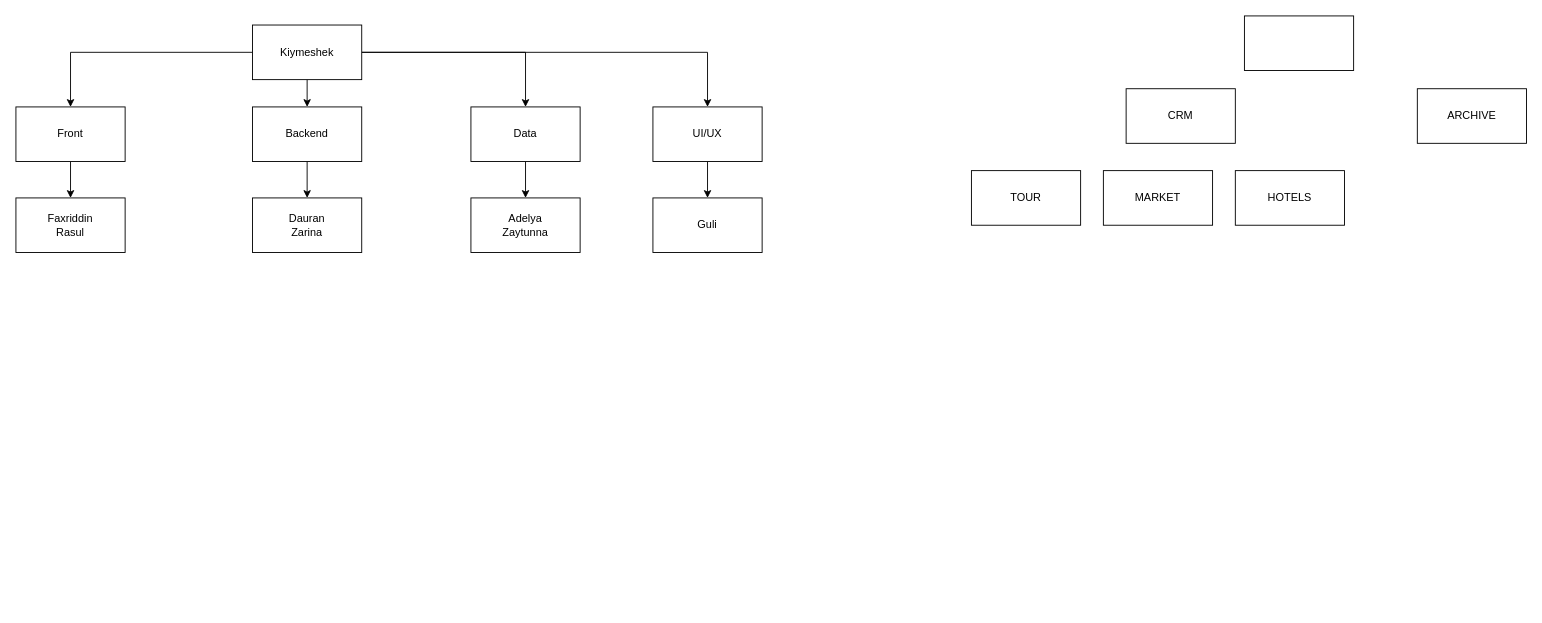
HowkaCoder/HowkaCoder keeps this draw.io diagram as Untitled Diagram.drawio. Above is the earlier version. Source tidied: cells renumbered, new cells numbered last; positions are measured from the earlier drawing's top-left corner, leaving out a move shared by most shapes. Both pictures are drawn from the tidied source at 91%, with x=0, y=0 at pixel (15, 15).
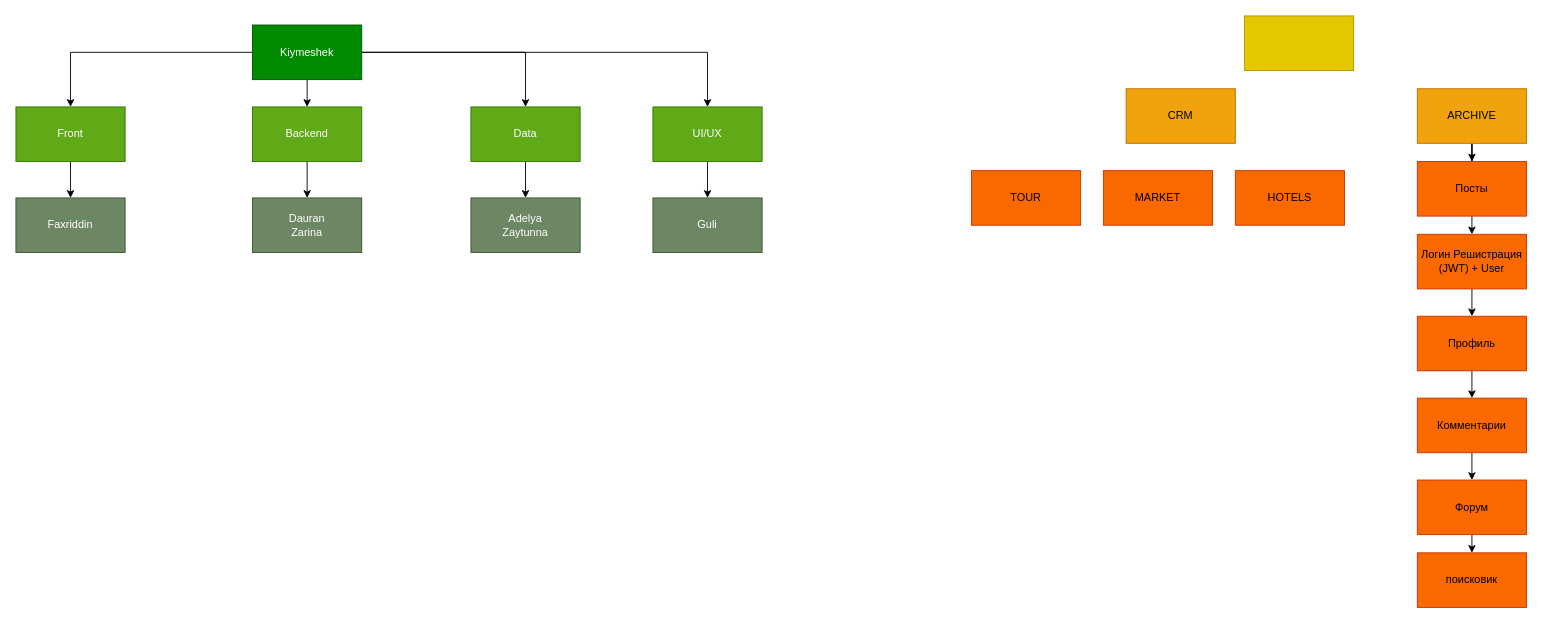
After the change.

Diff of the diagram source:
```diff
@@
-    <mxCell id="6" value="Kiymeshek" style="rounded=0;whiteSpace=wrap;html=1;" parent="1" vertex="1">
+    <mxCell id="6" value="Kiymeshek" style="rounded=0;whiteSpace=wrap;html=1;fillColor=#008a00;fontColor=#ffffff;strokeColor=#005700;" parent="1" vertex="1">
       <mxGeometry x="260" y="10" width="120" height="60" as="geometry" />
     </mxCell>
@@
-    <mxCell id="8" value="Front" style="rounded=0;whiteSpace=wrap;html=1;" parent="1" vertex="1">
+    <mxCell id="8" value="Front" style="rounded=0;whiteSpace=wrap;html=1;fillColor=#60a917;fontColor=#ffffff;strokeColor=#2D7600;" parent="1" vertex="1">
       <mxGeometry y="100" width="120" height="60" as="geometry" />
     </mxCell>
@@
-    <mxCell id="10" value="Backend" style="rounded=0;whiteSpace=wrap;html=1;" parent="1" vertex="1">
+    <mxCell id="10" value="Backend" style="rounded=0;whiteSpace=wrap;html=1;fillColor=#60a917;fontColor=#ffffff;strokeColor=#2D7600;" parent="1" vertex="1">
       <mxGeometry x="260" y="100" width="120" height="60" as="geometry" />
     </mxCell>
@@
-    <mxCell id="12" value="Data" style="rounded=0;whiteSpace=wrap;html=1;" parent="1" vertex="1">
+    <mxCell id="12" value="Data" style="rounded=0;whiteSpace=wrap;html=1;fillColor=#60a917;fontColor=#ffffff;strokeColor=#2D7600;" parent="1" vertex="1">
       <mxGeometry x="500" y="100" width="120" height="60" as="geometry" />
     </mxCell>
@@
-    <mxCell id="14" value="UI/UX" style="rounded=0;whiteSpace=wrap;html=1;" parent="1" vertex="1">
+    <mxCell id="14" value="UI/UX" style="rounded=0;whiteSpace=wrap;html=1;fillColor=#60a917;fontColor=#ffffff;strokeColor=#2D7600;" parent="1" vertex="1">
       <mxGeometry x="700" y="100" width="120" height="60" as="geometry" />
     </mxCell>
-    <mxCell id="15" value="Faxriddin&lt;br&gt;Rasul" style="rounded=0;whiteSpace=wrap;html=1;" parent="1" vertex="1">
+    <mxCell id="15" value="Faxriddin&lt;br&gt;" style="rounded=0;whiteSpace=wrap;html=1;fillColor=#6d8764;fontColor=#ffffff;strokeColor=#3A5431;" parent="1" vertex="1">
       <mxGeometry y="200" width="120" height="60" as="geometry" />
     </mxCell>
-    <mxCell id="16" value="Dauran&lt;br&gt;Zarina" style="rounded=0;whiteSpace=wrap;html=1;" parent="1" vertex="1">
+    <mxCell id="16" value="Dauran&lt;br&gt;Zarina" style="rounded=0;whiteSpace=wrap;html=1;fillColor=#6d8764;fontColor=#ffffff;strokeColor=#3A5431;" parent="1" vertex="1">
       <mxGeometry x="260" y="200" width="120" height="60" as="geometry" />
     </mxCell>
-    <mxCell id="17" value="Adelya&lt;br&gt;Zaytunna" style="rounded=0;whiteSpace=wrap;html=1;" parent="1" vertex="1">
+    <mxCell id="17" value="Adelya&lt;br&gt;Zaytunna" style="rounded=0;whiteSpace=wrap;html=1;fillColor=#6d8764;fontColor=#ffffff;strokeColor=#3A5431;" parent="1" vertex="1">
       <mxGeometry x="500" y="200" width="120" height="60" as="geometry" />
     </mxCell>
-    <mxCell id="18" value="Guli" style="rounded=0;whiteSpace=wrap;html=1;" parent="1" vertex="1">
+    <mxCell id="18" value="Guli" style="rounded=0;whiteSpace=wrap;html=1;fillColor=#6d8764;strokeColor=#3A5431;fontColor=#ffffff;" parent="1" vertex="1">
       <mxGeometry x="700" y="200" width="120" height="60" as="geometry" />
     </mxCell>
-    <mxCell id="19" style="rounded=0;whiteSpace=wrap;html=1;" parent="1" vertex="1">
+    <mxCell id="19" style="rounded=0;whiteSpace=wrap;html=1;fillColor=#e3c800;fontColor=#000000;strokeColor=#B09500;" parent="1" vertex="1">
       <mxGeometry x="1350" width="120" height="60" as="geometry" />
     </mxCell>
+    <mxCell id="25" style="edgeStyle=orthogonalEdgeStyle;rounded=0;jettySize=auto;html=1;exitX=0.5;exitY=1;exitDx=0;exitDy=0;" parent="1" edge="1" source="20" target="27">
+      <mxGeometry relative="1" as="geometry" />
+    </mxCell>
-    <mxCell id="20" value="ARCHIVE" style="rounded=0;whiteSpace=wrap;html=1;" parent="1" vertex="1">
+    <mxCell id="20" value="ARCHIVE" style="rounded=0;whiteSpace=wrap;html=1;fillColor=#f0a30a;fontColor=#000000;strokeColor=#BD7000;" parent="1" vertex="1">
       <mxGeometry x="1540" y="80" width="120" height="60" as="geometry" />
     </mxCell>
-    <mxCell id="21" value="CRM" style="rounded=0;whiteSpace=wrap;html=1;" parent="1" vertex="1">
+    <mxCell id="21" value="CRM" style="rounded=0;whiteSpace=wrap;html=1;fillColor=#f0a30a;fontColor=#000000;strokeColor=#BD7000;" parent="1" vertex="1">
       <mxGeometry x="1220" y="80" width="120" height="60" as="geometry" />
     </mxCell>
-    <mxCell id="22" value="TOUR" style="rounded=0;whiteSpace=wrap;html=1;" parent="1" vertex="1">
+    <mxCell id="22" value="TOUR" style="rounded=0;whiteSpace=wrap;html=1;fillColor=#fa6800;fontColor=#000000;strokeColor=#C73500;" parent="1" vertex="1">
       <mxGeometry x="1050" y="170" width="120" height="60" as="geometry" />
     </mxCell>
-    <mxCell id="23" value="MARKET" style="rounded=0;whiteSpace=wrap;html=1;" parent="1" vertex="1">
+    <mxCell id="23" value="MARKET" style="rounded=0;whiteSpace=wrap;html=1;fillColor=#fa6800;fontColor=#000000;strokeColor=#C73500;" parent="1" vertex="1">
       <mxGeometry x="1195" y="170" width="120" height="60" as="geometry" />
     </mxCell>
-    <mxCell id="24" value="HOTELS" style="rounded=0;whiteSpace=wrap;html=1;" parent="1" vertex="1">
+    <mxCell id="24" value="HOTELS" style="rounded=0;whiteSpace=wrap;html=1;fillColor=#fa6800;fontColor=#000000;strokeColor=#C73500;" parent="1" vertex="1">
       <mxGeometry x="1340" y="170" width="120" height="60" as="geometry" />
     </mxCell>
+    <mxCell id="26" style="edgeStyle=orthogonalEdgeStyle;rounded=0;jettySize=auto;html=1;exitX=0.5;exitY=1;exitDx=0;exitDy=0;entryX=0.5;entryY=0;entryDx=0;entryDy=0;" parent="1" edge="1" source="27" target="29">
+      <mxGeometry relative="1" as="geometry" />
+    </mxCell>
+    <mxCell id="27" value="Посты" style="rounded=0;whiteSpace=wrap;html=1;fillColor=#fa6800;fontColor=#000000;strokeColor=#C73500;" parent="1" vertex="1">
+      <mxGeometry x="1540" y="160" width="120" height="60" as="geometry" />
+    </mxCell>
+    <mxCell id="28" style="edgeStyle=orthogonalEdgeStyle;rounded=0;jettySize=auto;html=1;exitX=0.5;exitY=1;exitDx=0;exitDy=0;entryX=0.5;entryY=0;entryDx=0;entryDy=0;" parent="1" edge="1" source="29" target="35">
+      <mxGeometry relative="1" as="geometry" />
+    </mxCell>
+    <mxCell id="29" value="Логин Решистрация (JWT) + User" style="rounded=0;whiteSpace=wrap;html=1;fillColor=#fa6800;fontColor=#000000;strokeColor=#C73500;" parent="1" vertex="1">
+      <mxGeometry x="1540" y="240" width="120" height="60" as="geometry" />
+    </mxCell>
+    <mxCell id="30" style="edgeStyle=orthogonalEdgeStyle;rounded=0;jettySize=auto;html=1;exitX=0.5;exitY=1;exitDx=0;exitDy=0;entryX=0.5;entryY=0;entryDx=0;entryDy=0;" parent="1" edge="1" source="31" target="33">
+      <mxGeometry relative="1" as="geometry" />
+    </mxCell>
+    <mxCell id="31" value="Комментарии" style="rounded=0;whiteSpace=wrap;html=1;fillColor=#fa6800;fontColor=#000000;strokeColor=#C73500;" parent="1" vertex="1">
+      <mxGeometry x="1540" y="420" width="120" height="60" as="geometry" />
+    </mxCell>
+    <mxCell id="32" style="edgeStyle=orthogonalEdgeStyle;rounded=0;jettySize=auto;html=1;exitX=0.5;exitY=1;exitDx=0;exitDy=0;entryX=0.5;entryY=0;entryDx=0;entryDy=0;" parent="1" edge="1" source="33" target="36">
+      <mxGeometry relative="1" as="geometry" />
+    </mxCell>
+    <mxCell id="33" value="Форум" style="rounded=0;whiteSpace=wrap;html=1;fillColor=#fa6800;fontColor=#000000;strokeColor=#C73500;" parent="1" vertex="1">
+      <mxGeometry x="1540" y="510" width="120" height="60" as="geometry" />
+    </mxCell>
+    <mxCell id="34" style="edgeStyle=orthogonalEdgeStyle;rounded=0;jettySize=auto;html=1;exitX=0.5;exitY=1;exitDx=0;exitDy=0;entryX=0.5;entryY=0;entryDx=0;entryDy=0;" parent="1" edge="1" source="35" target="31">
+      <mxGeometry relative="1" as="geometry" />
+    </mxCell>
+    <mxCell id="35" value="Профиль" style="rounded=0;whiteSpace=wrap;html=1;fillColor=#fa6800;fontColor=#000000;strokeColor=#C73500;" parent="1" vertex="1">
+      <mxGeometry x="1540" y="330" width="120" height="60" as="geometry" />
+    </mxCell>
+    <mxCell id="36" value="поисковик" style="rounded=0;whiteSpace=wrap;html=1;fillColor=#fa6800;fontColor=#000000;strokeColor=#C73500;" parent="1" vertex="1">
+      <mxGeometry x="1540" y="590" width="120" height="60" as="geometry" />
+    </mxCell>
```
